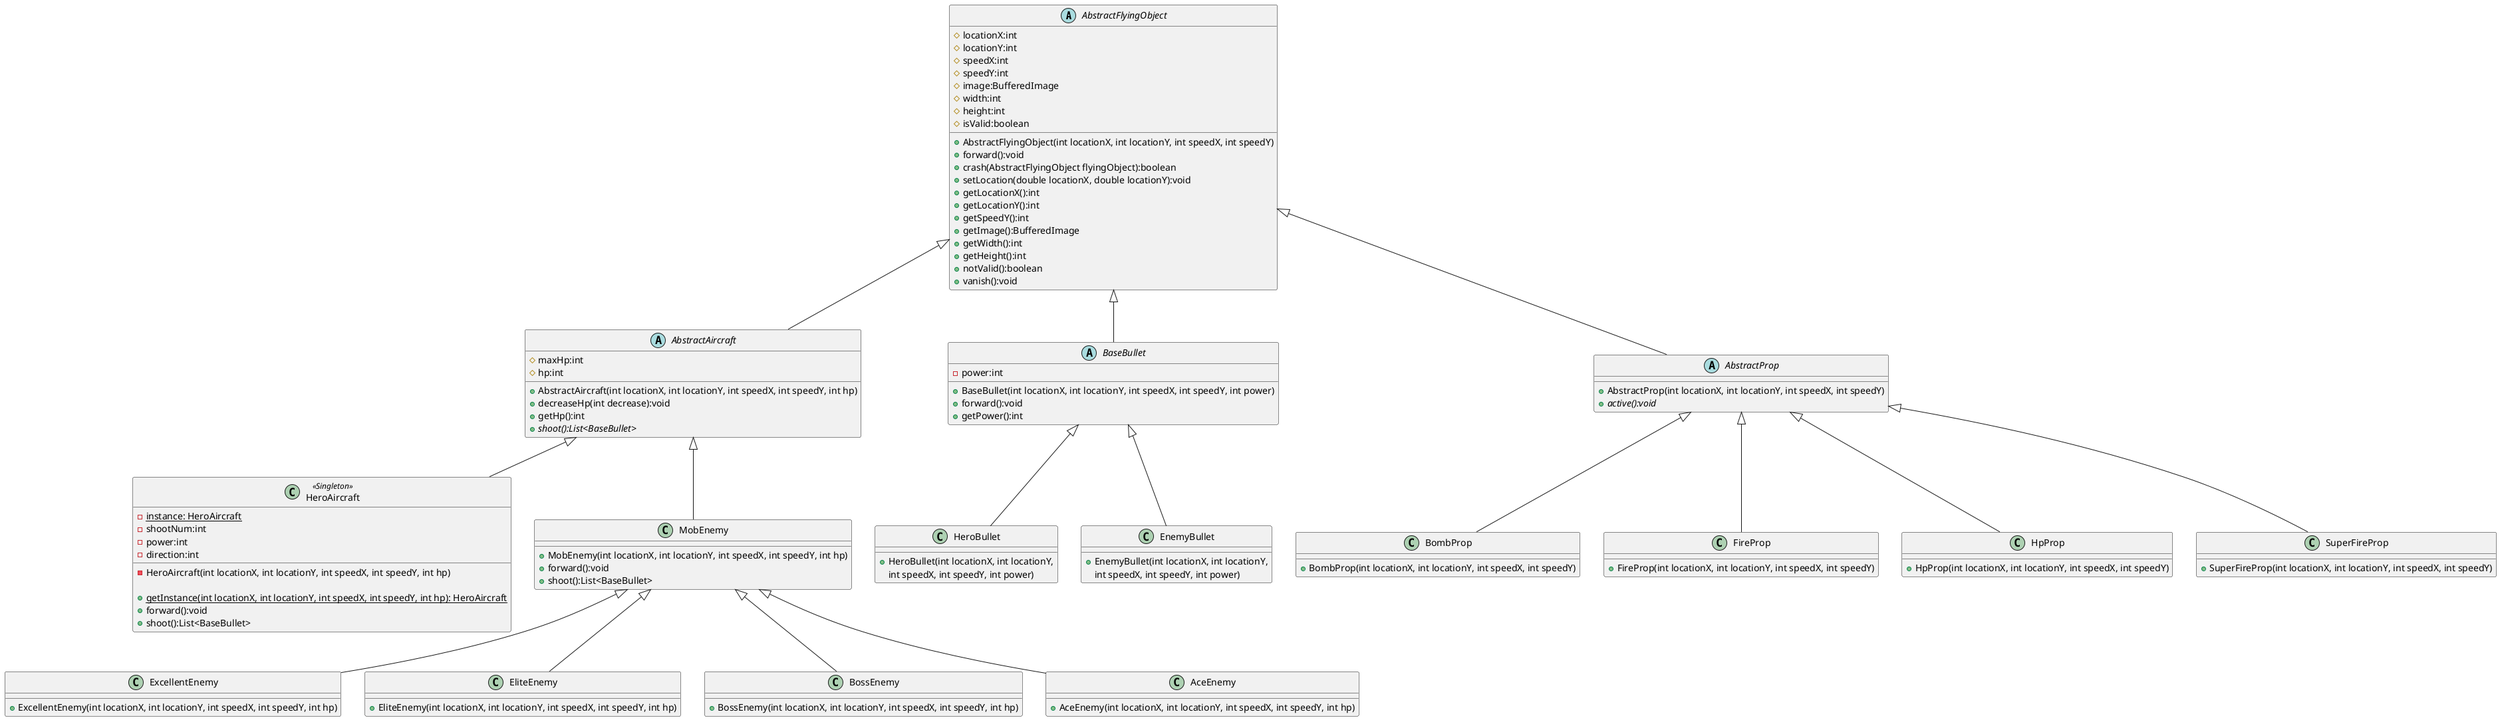
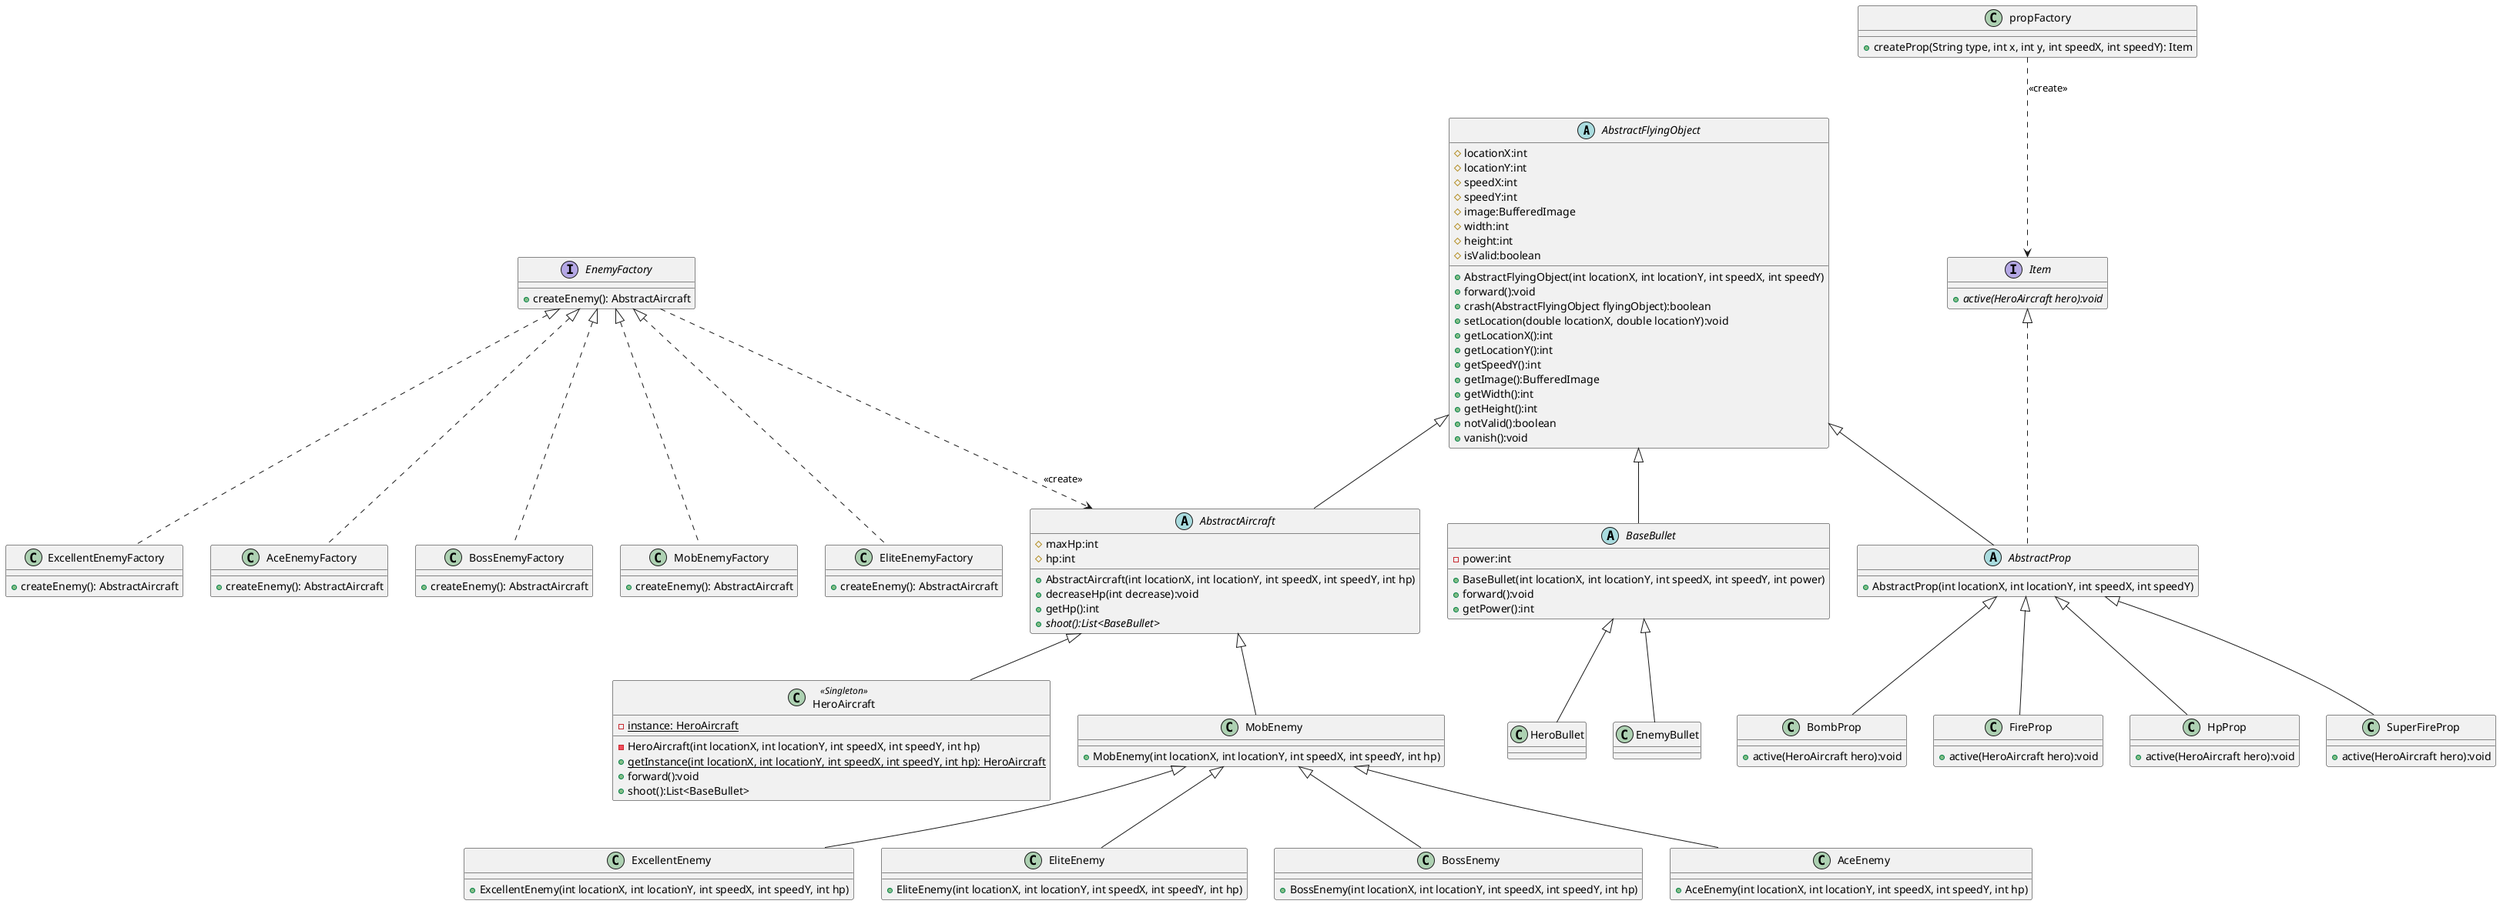
@startuml
'https://plantuml.com/class-diagram

abstract class AbstractFlyingObject
{
    # locationX:int
    # locationY:int
    # speedX:int
    # speedY:int
    # image:BufferedImage
    # width:int
    # height:int
    # isValid:boolean

    + AbstractFlyingObject(int locationX, int locationY, int speedX, int speedY)
    + forward():void
    + crash(AbstractFlyingObject flyingObject):boolean
    + setLocation(double locationX, double locationY):void
    + getLocationX():int
    + getLocationY():int
    + getSpeedY():int
    + getImage():BufferedImage
    + getWidth():int
    + getHeight():int
    + notValid():boolean
    + vanish():void
}
+ 
abstract class AbstractAircraft
{
	# maxHp:int
    # hp:int
    + AbstractAircraft(int locationX, int locationY, int speedX, int speedY, int hp)
    + decreaseHp(int decrease):void
    + getHp():int
    + {abstract} shoot():List<BaseBullet>
 }

+ ' --- 敌机工厂模式 (Factory Method Pattern) ---
+ 
+ interface EnemyFactory {
+     + createEnemy(): AbstractAircraft
+ }
+ 
+ class MobEnemyFactory {
+     + createEnemy(): AbstractAircraft
+ }
+ 
+ class EliteEnemyFactory {
+     + createEnemy(): AbstractAircraft
+ }
+ 
+ class ExcellentEnemyFactory {
+     + createEnemy(): AbstractAircraft
+ }
+ 
+ class AceEnemyFactory {
+     + createEnemy(): AbstractAircraft
+ }
+ 
+ class BossEnemyFactory {
+     + createEnemy(): AbstractAircraft
+ }
+ 
+ EnemyFactory <|.. MobEnemyFactory
+ EnemyFactory <|.. EliteEnemyFactory
+ EnemyFactory <|.. ExcellentEnemyFactory
+ EnemyFactory <|.. AceEnemyFactory
+ EnemyFactory <|.. BossEnemyFactory
+ 
+ EnemyFactory ..> AbstractAircraft : <<create>>
+ 
+ ' --- 飞机相关类 ---

class HeroAircraft <<Singleton>> {
    - {static} instance: HeroAircraft
-     - shootNum:int
-     - power:int
-     - direction:int
- 
-     ' 私有构造方法，对应代码中的 private HeroAircraft
    - HeroAircraft(int locationX, int locationY, int speedX, int speedY, int hp)
- 
-     ' 静态获取实例方法
    + {static} getInstance(int locationX, int locationY, int speedX, int speedY, int hp): HeroAircraft
    + forward():void
    + shoot():List<BaseBullet>
}

AbstractAircraft <|-- HeroAircraft

class MobEnemy {
    + MobEnemy(int locationX, int locationY, int speedX, int speedY, int hp)
-     + forward():void
-     + shoot():List<BaseBullet>
}
- AbstractAircraft <|-- MobEnemy

class ExcellentEnemy {
    + ExcellentEnemy(int locationX, int locationY, int speedX, int speedY, int hp)
}

class EliteEnemy {
    + EliteEnemy(int locationX, int locationY, int speedX, int speedY, int hp)
}

class BossEnemy {
    + BossEnemy(int locationX, int locationY, int speedX, int speedY, int hp)
}

class AceEnemy {
    + AceEnemy(int locationX, int locationY, int speedX, int speedY, int hp)
}

+ AbstractAircraft <|-- MobEnemy
MobEnemy <|-- ExcellentEnemy
MobEnemy <|-- EliteEnemy
MobEnemy <|-- BossEnemy
MobEnemy <|-- AceEnemy
+ 
+ ' --- 子弹相关类 ---

abstract class BaseBullet
{
    - power:int
    + BaseBullet(int locationX, int locationY, int speedX, int speedY, int power)
    + forward():void
	+ getPower():int
}

- class HeroBullet {
-     + HeroBullet(int locationX, int locationY,
-      int speedX, int speedY, int power)
- }
- 
- class EnemyBullet {
-     + EnemyBullet(int locationX, int locationY,
-      int speedX, int speedY, int power)
- }
+ class HeroBullet
+ class EnemyBullet

BaseBullet <|-- HeroBullet
BaseBullet <|-- EnemyBullet

- AbstractFlyingObject <|-- AbstractAircraft
- AbstractFlyingObject <|-- BaseBullet
+ ' --- 道具相关类与简单工厂 (Simple Factory Pattern) ---
+ 
+ interface Item {
+     + {abstract} active(HeroAircraft hero):void
+ }

abstract class AbstractProp {
    + AbstractProp(int locationX, int locationY, int speedX, int speedY)
-     + {abstract} active():void
}

+ ' AbstractProp 继承自飞行对象，并实现 Item 接口
AbstractFlyingObject <|-- AbstractProp
+ Item <|.. AbstractProp

class BombProp {
-     + BombProp(int locationX, int locationY, int speedX, int speedY)
+     + active(HeroAircraft hero):void
}

class FireProp {
-     + FireProp(int locationX, int locationY, int speedX, int speedY)
+     + active(HeroAircraft hero):void
}

class HpProp {
-     + HpProp(int locationX, int locationY, int speedX, int speedY)
+     + active(HeroAircraft hero):void
}

class SuperFireProp {
-     + SuperFireProp(int locationX, int locationY, int speedX, int speedY)
+     + active(HeroAircraft hero):void
}

AbstractProp <|-- BombProp
AbstractProp <|-- FireProp
AbstractProp <|-- HpProp
AbstractProp <|-- SuperFireProp

+ class propFactory {
+     + createProp(String type, int x, int y, int speedX, int speedY): Item
+ }
+ 
+ ' 工厂生产的是符合 Item 接口的对象
+ propFactory ..> Item : <<create>>
+ 
+ ' --- 整体结构 ---
+ AbstractFlyingObject <|-- AbstractAircraft
+ AbstractFlyingObject <|-- BaseBullet
+ 
@enduml